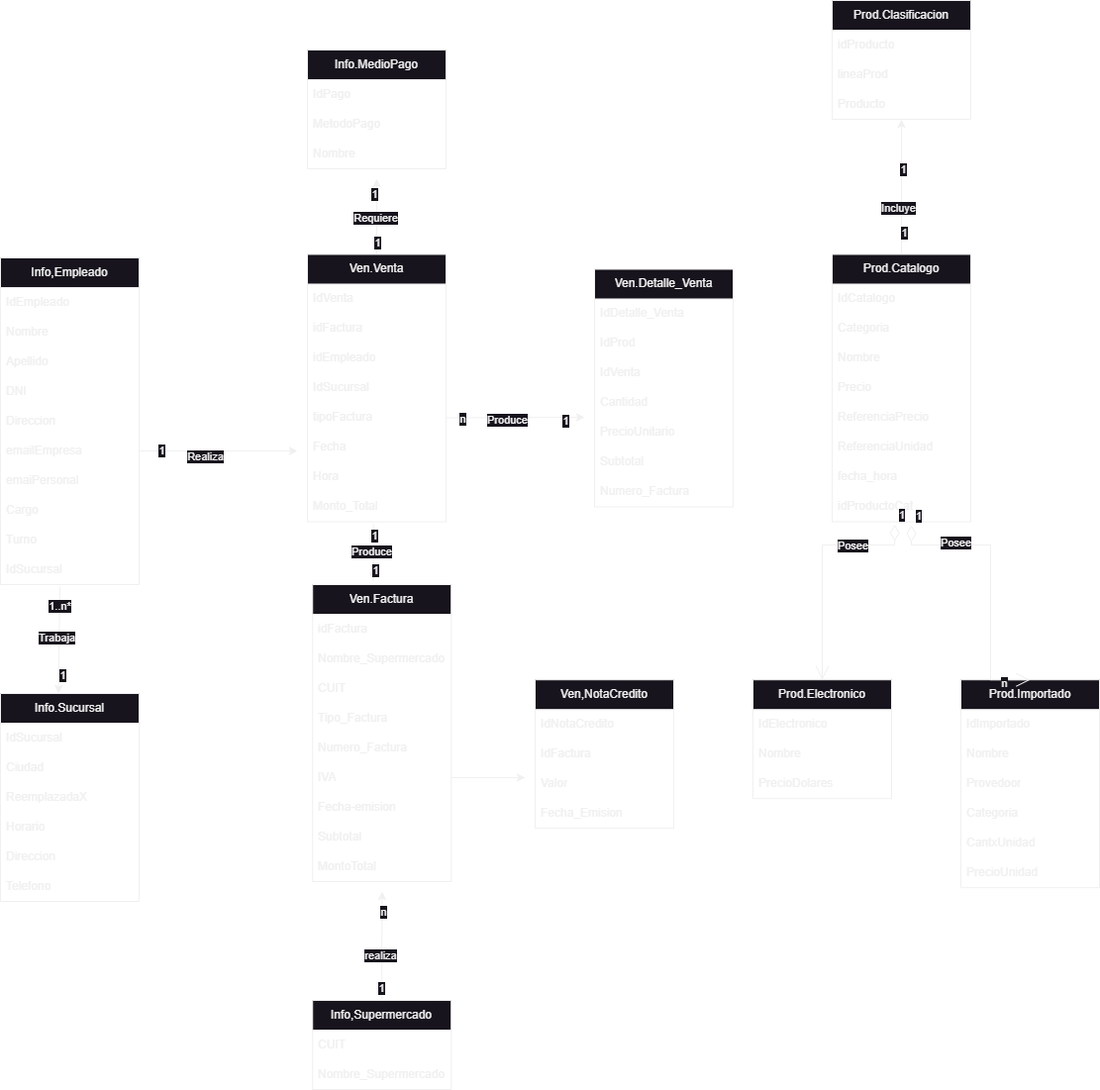
Before: DER_FINAL.png, a diagram exported from draw.io (modestti/Supermercado). Source tidied: cells renumbered, new cells last; positions are measured from the earlier drawing's top-left corner, leaving out a move shared by most shapes.
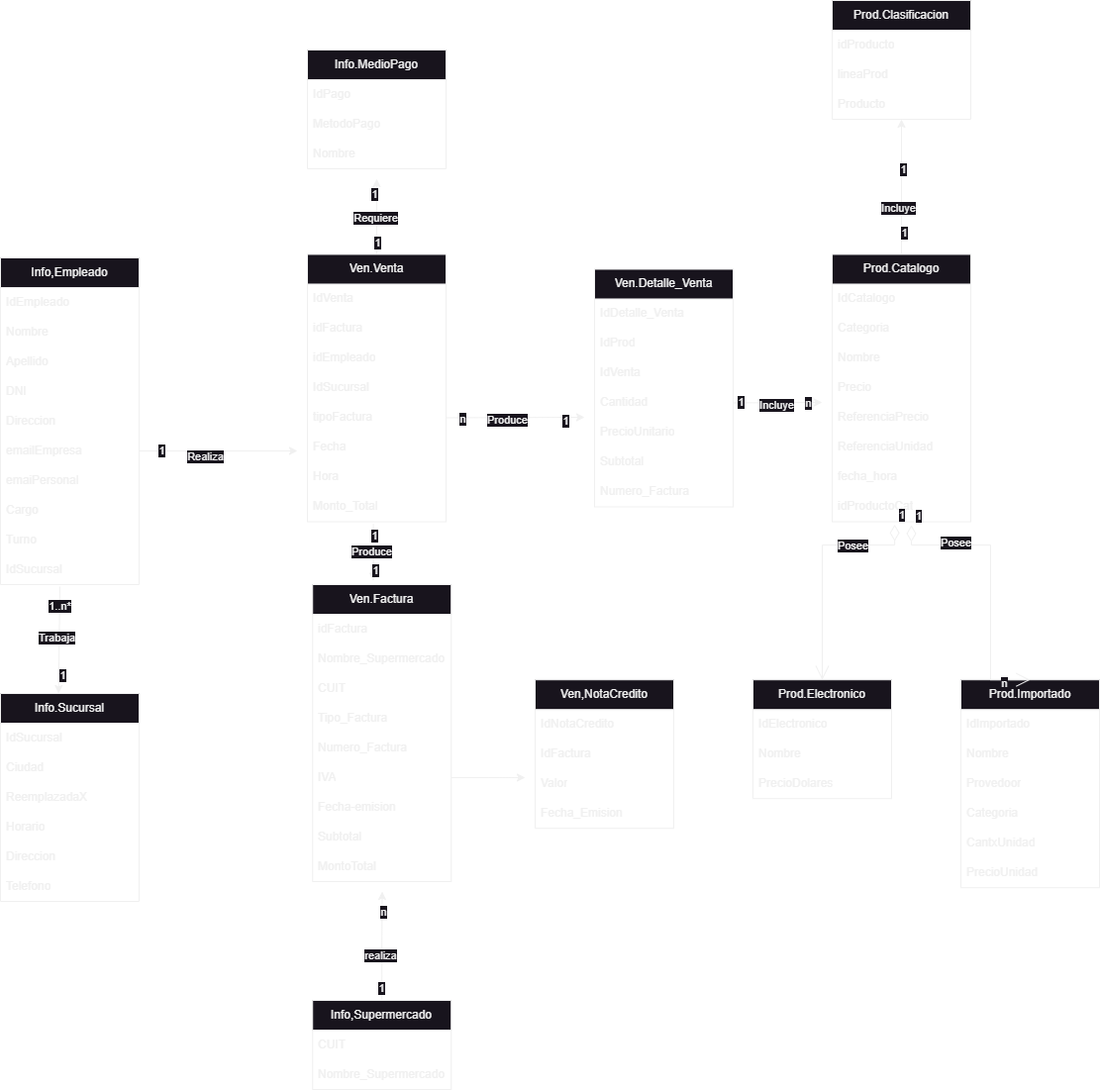
Above is the later version.

The edit, as a diff of the source:
```diff
@@ -241,6 +241,20 @@
     <mxCell id="75" value="IdVenta" style="text;strokeColor=none;fillColor=none;align=left;verticalAlign=middle;spacingLeft=4;spacingRight=4;overflow=hidden;whiteSpace=wrap;html=1;" parent="72" vertex="1">
       <mxGeometry y="90" width="140" height="30" as="geometry" />
     </mxCell>
+    <mxCell id="116" style="edgeStyle=orthogonalEdgeStyle;rounded=0;jettySize=auto;html=1;exitX=1;exitY=0.5;exitDx=0;exitDy=0;" parent="72" edge="1" source="76">
+      <mxGeometry relative="1" as="geometry">
+        <mxPoint x="230" y="134.5" as="targetPoint" />
+      </mxGeometry>
+    </mxCell>
+    <mxCell id="117" value="1" style="edgeLabel;html=1;align=center;verticalAlign=middle;" parent="116" vertex="1">
+      <mxGeometry x="-0.81" y="1" relative="1" as="geometry" />
+    </mxCell>
+    <mxCell id="118" value="n" style="edgeLabel;html=1;align=center;verticalAlign=middle;" parent="116" vertex="1">
+      <mxGeometry x="0.69" relative="1" as="geometry" />
+    </mxCell>
+    <mxCell id="119" value="Incluye" style="edgeLabel;html=1;align=center;verticalAlign=middle;" parent="116" vertex="1">
+      <mxGeometry x="-0.04" y="-2" relative="1" as="geometry" />
+    </mxCell>
     <mxCell id="76" value="Cantidad" style="text;strokeColor=none;fillColor=none;align=left;verticalAlign=middle;spacingLeft=4;spacingRight=4;overflow=hidden;points=[[0,0.5],[1,0.5]];portConstraint=eastwest;whiteSpace=wrap;html=1;" parent="72" vertex="1">
       <mxGeometry y="120" width="140" height="30" as="geometry" />
     </mxCell>
```
